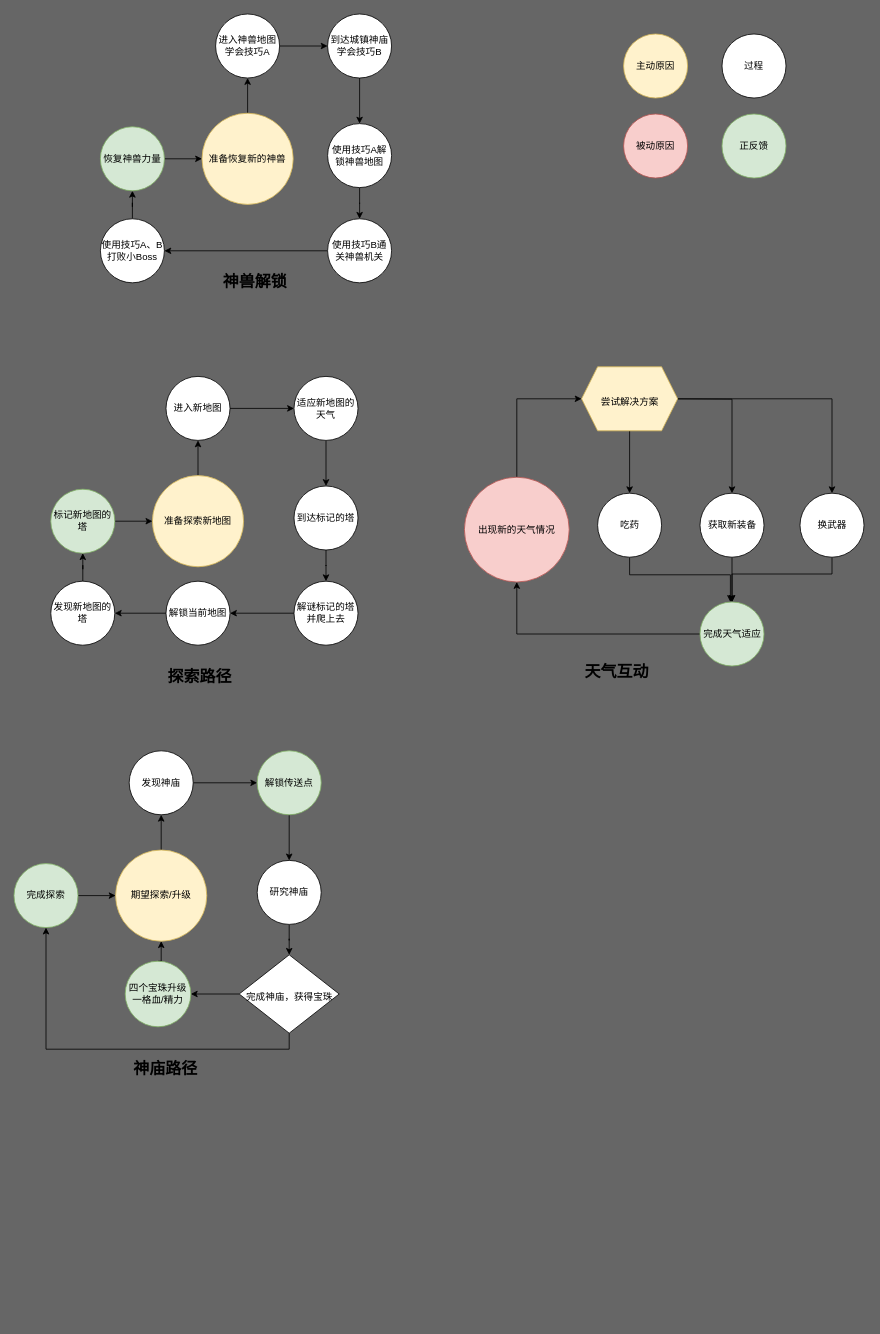
Earlier version of the draw.io diagram drawio/breath_of_wild.drawio (iamlightart/game-review). Source tidied: cells renumbered, new cells numbered last; positions are measured from the earlier drawing's top-left corner, leaving out a move shared by most shapes. Both pictures are drawn from the tidied source at 80%, with x=0, y=0 at pixel (14, 14).
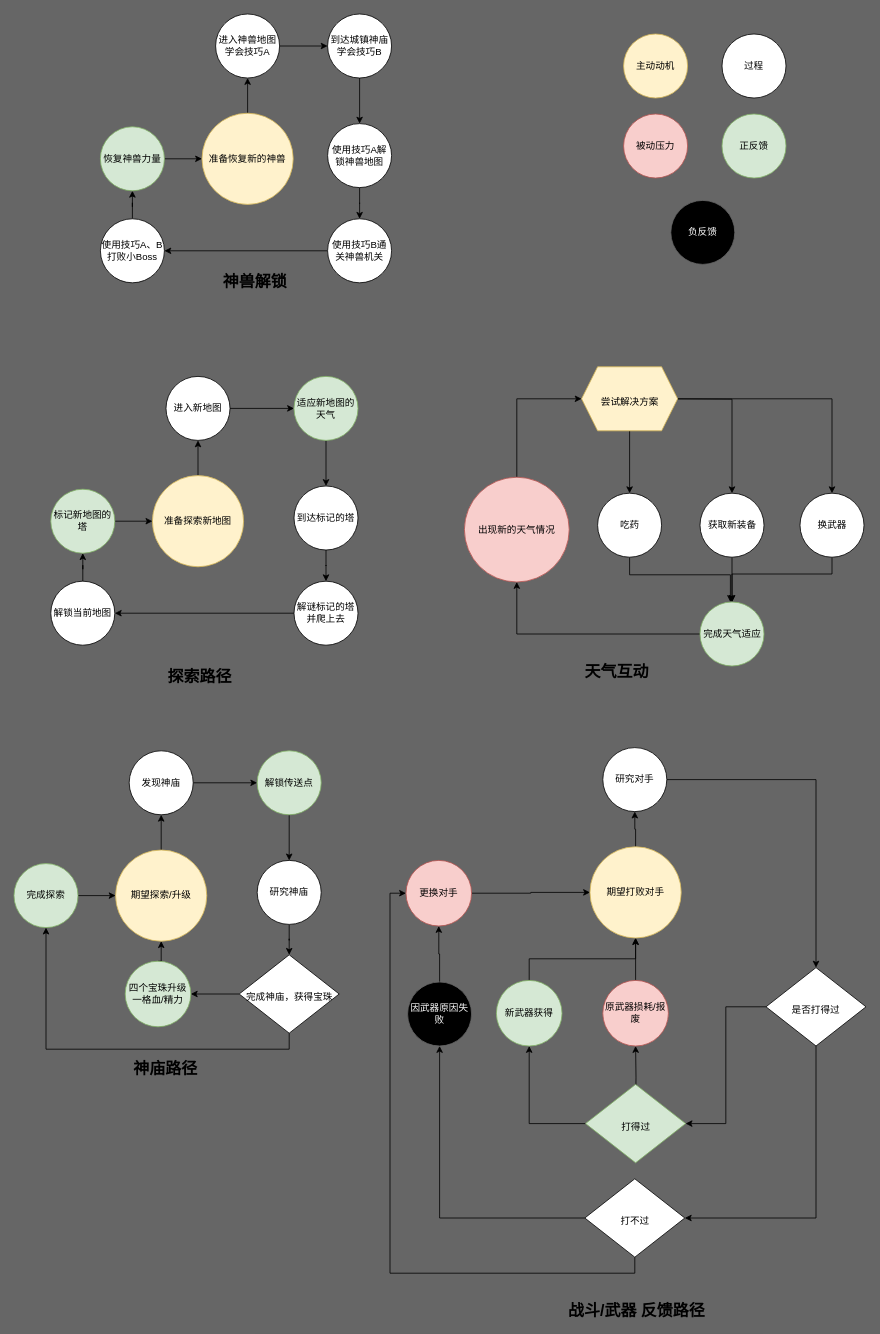
The same diagram, later.

Unchanged cells that the change refers to:
```xml
<mxCell id="30" value="标记新地图的塔" style="ellipse;whiteSpace=wrap;html=1;fillColor=#d5e8d4;strokeColor=#82b366;" parent="1" vertex="1">
  <mxGeometry x="46" y="594" width="80" height="80" as="geometry" />
</mxCell>
```

Change to the diagram source:
```diff
@@
-    <mxCell id="22" value="适应新地图的天气" style="ellipse;whiteSpace=wrap;html=1;" parent="1" vertex="1">
+    <mxCell id="22" value="适应新地图的天气" style="ellipse;whiteSpace=wrap;html=1;fillColor=#d5e8d4;strokeColor=#82b366;" parent="1" vertex="1">
       <mxGeometry x="350" y="453" width="80" height="80" as="geometry" />
     </mxCell>
@@
-    <mxCell id="27" style="edgeStyle=orthogonalEdgeStyle;rounded=0;jettySize=auto;html=1;" parent="1" edge="1" source="28" target="30">
+    <mxCell id="27" style="edgeStyle=orthogonalEdgeStyle;rounded=0;jettySize=auto;html=1;exitX=0.5;exitY=0;exitDx=0;exitDy=0;" parent="1" edge="1" source="33" target="30">
       <mxGeometry relative="1" as="geometry" />
     </mxCell>
-    <mxCell id="28" value="发现新地图的塔" style="ellipse;whiteSpace=wrap;html=1;" parent="1" vertex="1">
-      <mxGeometry x="46" y="709" width="80" height="80" as="geometry" />
-    </mxCell>
@@
-    <mxCell id="32" style="edgeStyle=orthogonalEdgeStyle;rounded=0;jettySize=auto;html=1;entryX=1;entryY=0.5;entryDx=0;entryDy=0;fontSize=20;" parent="1" edge="1" source="33" target="28">
-      <mxGeometry relative="1" as="geometry" />
-    </mxCell>
     <mxCell id="33" value="解锁当前地图" style="ellipse;whiteSpace=wrap;html=1;" parent="1" vertex="1">
-      <mxGeometry x="190" y="709" width="80" height="80" as="geometry" />
+      <mxGeometry x="46" y="709" width="80" height="80" as="geometry" />
     </mxCell>
@@
-    <mxCell id="65" value="主动原因" style="ellipse;whiteSpace=wrap;html=1;fillColor=#fff2cc;strokeColor=#d6b656;" parent="1" vertex="1">
+    <mxCell id="65" value="主动动机" style="ellipse;whiteSpace=wrap;html=1;fillColor=#fff2cc;strokeColor=#d6b656;" parent="1" vertex="1">
       <mxGeometry x="762" y="25" width="80" height="80" as="geometry" />
     </mxCell>
-    <mxCell id="66" value="被动原因" style="ellipse;whiteSpace=wrap;html=1;fillColor=#f8cecc;strokeColor=#b85450;" parent="1" vertex="1">
+    <mxCell id="66" value="被动压力" style="ellipse;whiteSpace=wrap;html=1;fillColor=#f8cecc;strokeColor=#b85450;" parent="1" vertex="1">
       <mxGeometry x="762" y="125" width="80" height="80" as="geometry" />
     </mxCell>
@@
+    <mxCell id="69" value="&lt;font color=&quot;#ffffff&quot;&gt;负反馈&lt;/font&gt;" style="ellipse;whiteSpace=wrap;html=1;fillColor=#000000;strokeColor=#666666;" parent="1" vertex="1">
+      <mxGeometry x="821" y="233" width="80" height="80" as="geometry" />
+    </mxCell>
+    <mxCell id="70" style="edgeStyle=orthogonalEdgeStyle;rounded=0;jettySize=auto;html=1;entryX=0.5;entryY=1;entryDx=0;entryDy=0;" parent="1" edge="1" source="71" target="73">
+      <mxGeometry relative="1" as="geometry" />
+    </mxCell>
+    <mxCell id="71" value="期望打败对手" style="ellipse;whiteSpace=wrap;html=1;fillColor=#fff2cc;strokeColor=#d6b656;" parent="1" vertex="1">
+      <mxGeometry x="720" y="1041" width="114" height="114" as="geometry" />
+    </mxCell>
+    <mxCell id="72" style="edgeStyle=orthogonalEdgeStyle;rounded=0;jettySize=auto;html=1;fontColor=#FFFFFF;" parent="1" edge="1" source="73" target="78">
+      <mxGeometry relative="1" as="geometry" />
+    </mxCell>
+    <mxCell id="73" value="研究对手" style="ellipse;whiteSpace=wrap;html=1;" parent="1" vertex="1">
+      <mxGeometry x="736" y="917" width="80" height="80" as="geometry" />
+    </mxCell>
+    <mxCell id="74" style="edgeStyle=orthogonalEdgeStyle;rounded=0;jettySize=auto;html=1;fontSize=20;entryX=1;entryY=0.5;entryDx=0;entryDy=0;exitX=0;exitY=0.5;exitDx=0;exitDy=0;" parent="1" edge="1" source="78" target="84">
+      <mxGeometry relative="1" as="geometry" />
+    </mxCell>
+    <mxCell id="75" style="edgeStyle=orthogonalEdgeStyle;rounded=0;jettySize=auto;html=1;exitX=0.5;exitY=0;exitDx=0;exitDy=0;entryX=0.5;entryY=1;entryDx=0;entryDy=0;fontColor=#FFFFFF;" parent="1" edge="1" target="82">
+      <mxGeometry relative="1" as="geometry">
+        <mxPoint x="777" y="1368" as="sourcePoint" />
+      </mxGeometry>
+    </mxCell>
+    <mxCell id="76" value="&lt;font style=&quot;font-size: 20px&quot;&gt;&lt;b&gt;战斗/武器 反馈路径&lt;/b&gt;&lt;/font&gt;" style="text;html=1;align=center;verticalAlign=middle;strokeColor=none;fillColor=none;" parent="1" vertex="1">
+      <mxGeometry x="687" y="1610" width="181" height="20" as="geometry" />
+    </mxCell>
+    <mxCell id="77" style="edgeStyle=orthogonalEdgeStyle;rounded=0;jettySize=auto;html=1;entryX=1;entryY=0.5;entryDx=0;entryDy=0;fontColor=#FFFFFF;" parent="1" edge="1" source="78" target="91">
+      <mxGeometry relative="1" as="geometry">
+        <Array as="points">
+          <mxPoint x="1002" y="1505" />
+        </Array>
+      </mxGeometry>
+    </mxCell>
+    <mxCell id="78" value="&lt;span style=&quot;font-size: 12px&quot;&gt;是否打得过&lt;/span&gt;" style="rhombus;whiteSpace=wrap;html=1;fontSize=20;" parent="1" vertex="1">
+      <mxGeometry x="940" y="1192" width="125" height="98" as="geometry" />
+    </mxCell>
+    <mxCell id="79" style="edgeStyle=orthogonalEdgeStyle;rounded=0;jettySize=auto;html=1;fontColor=#FFFFFF;" parent="1" edge="1" source="80" target="88">
+      <mxGeometry relative="1" as="geometry" />
+    </mxCell>
+    <mxCell id="80" value="&lt;font color=&quot;#ffffff&quot;&gt;因武器原因失败&lt;/font&gt;" style="ellipse;whiteSpace=wrap;html=1;fillColor=#000000;strokeColor=#666666;" parent="1" vertex="1">
+      <mxGeometry x="492" y="1210" width="80" height="80" as="geometry" />
+    </mxCell>
+    <mxCell id="81" style="edgeStyle=orthogonalEdgeStyle;rounded=0;jettySize=auto;html=1;exitX=0.5;exitY=0;exitDx=0;exitDy=0;fontColor=#FFFFFF;" parent="1" edge="1" source="82" target="71">
+      <mxGeometry relative="1" as="geometry" />
+    </mxCell>
+    <mxCell id="82" value="原武器损耗/报废" style="ellipse;whiteSpace=wrap;html=1;fillColor=#f8cecc;strokeColor=#b85450;" parent="1" vertex="1">
+      <mxGeometry x="736" y="1208" width="82" height="82" as="geometry" />
+    </mxCell>
+    <mxCell id="83" style="edgeStyle=orthogonalEdgeStyle;rounded=0;jettySize=auto;html=1;entryX=0.5;entryY=1;entryDx=0;entryDy=0;fontColor=#FFFFFF;" parent="1" edge="1" source="84" target="86">
+      <mxGeometry relative="1" as="geometry" />
+    </mxCell>
+    <mxCell id="84" value="&lt;span style=&quot;font-size: 12px&quot;&gt;打得过&lt;/span&gt;" style="rhombus;whiteSpace=wrap;html=1;fontSize=20;fillColor=#d5e8d4;strokeColor=#82b366;" parent="1" vertex="1">
+      <mxGeometry x="714.5" y="1338" width="125" height="98" as="geometry" />
+    </mxCell>
+    <mxCell id="85" style="edgeStyle=orthogonalEdgeStyle;rounded=0;jettySize=auto;html=1;fontColor=#FFFFFF;" parent="1" edge="1" source="86" target="71">
+      <mxGeometry relative="1" as="geometry">
+        <Array as="points">
+          <mxPoint x="644" y="1181" />
+          <mxPoint x="777" y="1181" />
+        </Array>
+      </mxGeometry>
+    </mxCell>
+    <mxCell id="86" value="新武器获得" style="ellipse;whiteSpace=wrap;html=1;fillColor=#d5e8d4;strokeColor=#82b366;" parent="1" vertex="1">
+      <mxGeometry x="603" y="1208" width="82" height="82" as="geometry" />
+    </mxCell>
+    <mxCell id="87" style="edgeStyle=orthogonalEdgeStyle;rounded=0;jettySize=auto;html=1;fontColor=#FFFFFF;" parent="1" edge="1" source="88" target="71">
+      <mxGeometry relative="1" as="geometry" />
+    </mxCell>
+    <mxCell id="88" value="更换对手" style="ellipse;whiteSpace=wrap;html=1;fillColor=#f8cecc;strokeColor=#b85450;" parent="1" vertex="1">
+      <mxGeometry x="490" y="1058" width="82" height="82" as="geometry" />
+    </mxCell>
+    <mxCell id="89" style="edgeStyle=orthogonalEdgeStyle;rounded=0;jettySize=auto;html=1;fontColor=#FFFFFF;" parent="1" edge="1" source="91" target="80">
+      <mxGeometry relative="1" as="geometry" />
+    </mxCell>
+    <mxCell id="90" style="edgeStyle=orthogonalEdgeStyle;rounded=0;jettySize=auto;html=1;exitX=0.5;exitY=1;exitDx=0;exitDy=0;entryX=0;entryY=0.5;entryDx=0;entryDy=0;fontColor=#FFFFFF;" parent="1" edge="1" source="91" target="88">
+      <mxGeometry relative="1" as="geometry" />
+    </mxCell>
+    <mxCell id="91" value="&lt;span style=&quot;font-size: 12px&quot;&gt;打不过&lt;/span&gt;" style="rhombus;whiteSpace=wrap;html=1;fontSize=20;" parent="1" vertex="1">
+      <mxGeometry x="713.5" y="1456" width="125" height="98" as="geometry" />
+    </mxCell>
```
